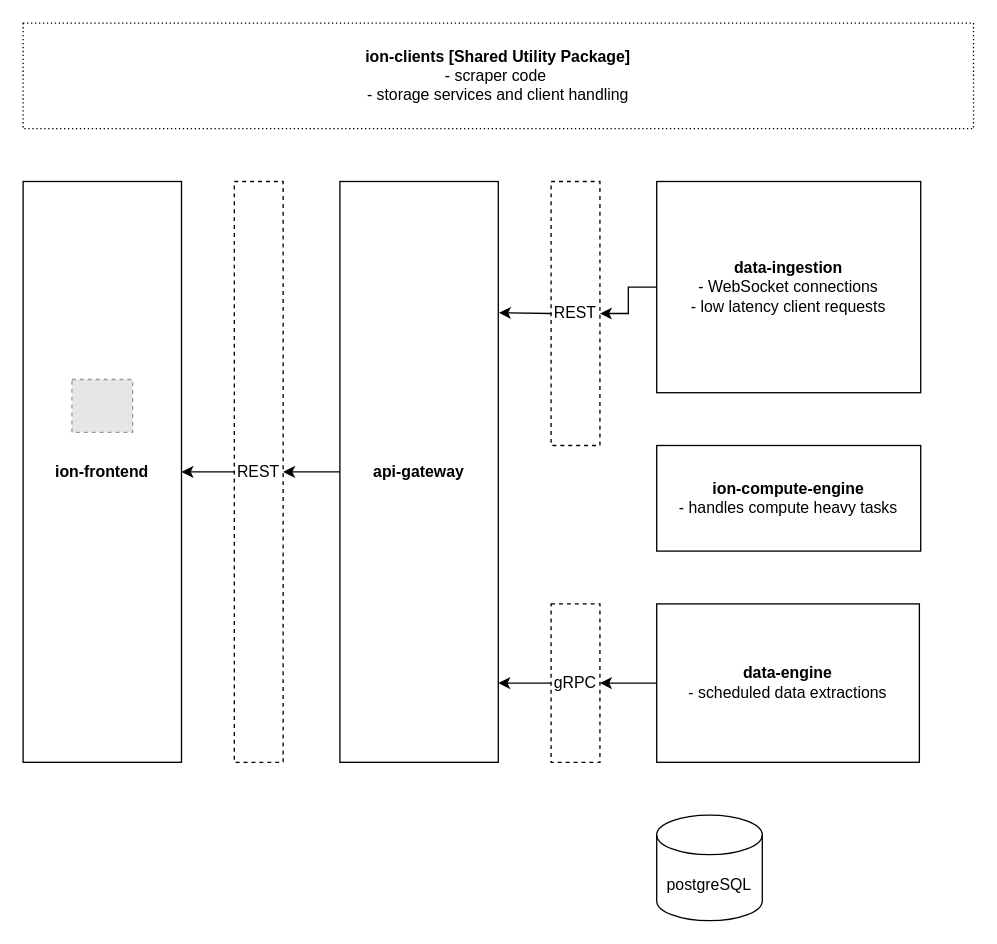
This is assets/architecture.drawio from lvxhnat/ion, a draw.io file, before an edit. Source tidied: cells renumbered, new cells numbered last; positions are measured from the earlier drawing's top-left corner, leaving out a move shared by most shapes. Both pictures are drawn from the tidied source at 132%, with x=0, y=0 at pixel (22, 22). Pictures stored in the file or linked from it are replaced by grey dashed boxes.
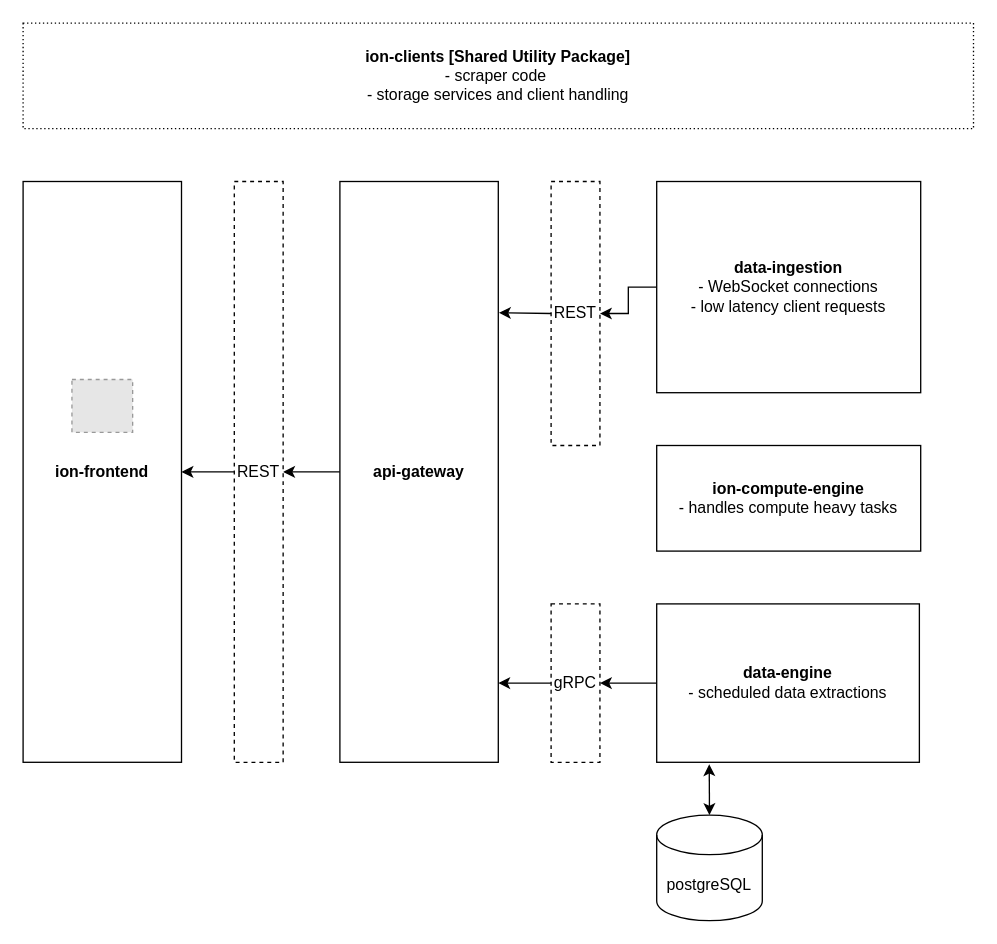
After the change.

Unchanged cells that the change refers to:
```xml
<mxCell id="10" value="postgreSQL" style="shape=cylinder3;whiteSpace=wrap;html=1;boundedLbl=1;backgroundOutline=1;size=15;" parent="1" vertex="1">
  <mxGeometry x="480" y="600" width="80" height="80" as="geometry" />
</mxCell>
<mxCell id="12" value="&lt;b&gt;data-engine&lt;/b&gt;&lt;br&gt;- scheduled data extractions" style="rounded=0;whiteSpace=wrap;html=1;" parent="1" vertex="1">
  <mxGeometry x="480" y="440" width="199" height="120" as="geometry" />
</mxCell>
```

The edit, as a diff of the source:
```diff
@@
+    <mxCell id="19" style="endArrow=classic;startArrow=classic;html=1;rounded=0;exitX=0.5;exitY=0;exitDx=0;exitDy=0;exitPerimeter=0;entryX=0.2;entryY=1.012;entryDx=0;entryDy=0;entryPerimeter=0;" parent="1" edge="1" source="10" target="12">
+      <mxGeometry relative="1" as="geometry" />
+    </mxCell>
```
